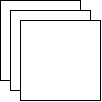
belanasaikiran/Team-6-Big-Data-Project keeps this draw.io diagram as FlowChart/CarModelDetection_FlowChart.drawio.png. Above is the earlier version. Source tidied: cells renumbered, new cells last; positions are measured from the earlier drawing's top-left corner, leaving out a move shared by most shapes. Source of this version:
```xml
<mxGraphModel>
  <root>
    <mxCell id="0" />
    <mxCell id="1" parent="0" />
    <mxCell id="2" style="whiteSpace=wrap;html=1;" parent="1" vertex="1">
      <mxGeometry width="80" height="80" as="geometry" />
    </mxCell>
    <mxCell id="3" style="whiteSpace=wrap;html=1;" parent="1" vertex="1">
      <mxGeometry x="10" y="10" width="80" height="80" as="geometry" />
    </mxCell>
    <mxCell id="4" style="whiteSpace=wrap;html=1;" parent="1" vertex="1">
      <mxGeometry x="20" y="20" width="80" height="80" as="geometry" />
    </mxCell>
  </root>
</mxGraphModel>
```
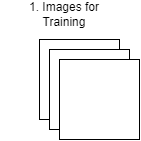
After the change.

The edit, as a diff of the source:
```diff
@@ -11,5 +11,8 @@
     <mxCell id="4" style="whiteSpace=wrap;html=1;" parent="1" vertex="1">
       <mxGeometry x="20" y="20" width="80" height="80" as="geometry" />
     </mxCell>
+    <mxCell id="5" value="1. Images for Training&lt;span style=&quot;white-space: pre;&quot;&gt;&#9;&lt;/span&gt;" style="text;html=1;align=center;verticalAlign=middle;whiteSpace=wrap;rounded=0;" parent="1" vertex="1">
+      <mxGeometry x="-40" y="-40" width="130" height="30" as="geometry" />
+    </mxCell>
   </root>
 </mxGraphModel>
```
